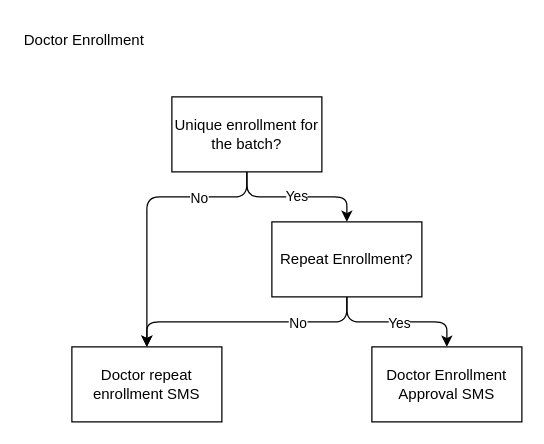
The draw.io diagram page "Decision Tree" (1 of 2) of Patient Programs/NS Pulse Care/Doctor Enrollment.dio in MedGrocer/diagrams, before the edit. Source tidied: cells renumbered, new cells numbered last; positions are measured from the earlier drawing's top-left corner, leaving out a move shared by most shapes. Both pictures are drawn from the tidied source at 125%, with x=0, y=0 at pixel (21, 21).
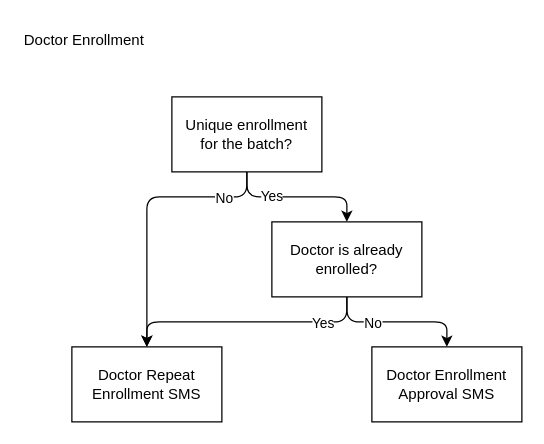
After the change.

Unchanged cells that the change refers to:
```xml
<mxCell id="3" style="edgeStyle=none;html=1;exitX=0.5;exitY=1;exitDx=0;exitDy=0;entryX=0.5;entryY=0;entryDx=0;entryDy=0;" parent="1" edge="1" source="6" target="7">
  <mxGeometry relative="1" as="geometry">
    <Array as="points">
      <mxPoint x="180" y="140" />
      <mxPoint x="100" y="140" />
    </Array>
  </mxGeometry>
</mxCell>
<mxCell id="8" style="edgeStyle=none;html=1;exitX=0.5;exitY=1;exitDx=0;exitDy=0;entryX=0.5;entryY=0;entryDx=0;entryDy=0;" parent="1" edge="1" source="12" target="13">
  <mxGeometry relative="1" as="geometry">
    <Array as="points">
      <mxPoint x="260" y="240" />
      <mxPoint x="340" y="240" />
    </Array>
  </mxGeometry>
</mxCell>
<mxCell id="10" style="edgeStyle=none;html=1;exitX=0.5;exitY=1;exitDx=0;exitDy=0;entryX=0.5;entryY=0;entryDx=0;entryDy=0;" parent="1" edge="1" source="12" target="7">
  <mxGeometry relative="1" as="geometry">
    <Array as="points">
      <mxPoint x="260" y="240" />
      <mxPoint x="100" y="240" />
    </Array>
  </mxGeometry>
</mxCell>
```

Diff of the diagram source:
```diff
@@
     <mxCell id="4" value="No" style="edgeLabel;html=1;align=center;verticalAlign=middle;" parent="3" vertex="1">
-      <mxGeometry x="-0.46" relative="1" as="geometry" />
+      <mxGeometry x="-0.46" relative="1" as="geometry">
+        <mxPoint x="20" as="offset" />
+      </mxGeometry>
     </mxCell>
     <mxCell id="5" value="Yes" style="edgeStyle=none;html=1;exitX=0.5;exitY=1;exitDx=0;exitDy=0;entryX=0.5;entryY=0;entryDx=0;entryDy=0;" parent="1" edge="1" source="6" target="12">
-      <mxGeometry relative="1" as="geometry">
+      <mxGeometry x="-0.33" relative="1" as="geometry">
         <Array as="points">
           <mxPoint x="180" y="140" />
           <mxPoint x="260" y="140" />
         </Array>
       </mxGeometry>
     </mxCell>
-    <mxCell id="6" value="&lt;font style=&quot;font-size: 12px;&quot;&gt;Unique enrollment for the batch?&lt;br&gt;&lt;/font&gt;" style="rounded=0;whiteSpace=wrap;html=1;fillColor=none;" parent="1" vertex="1">
+    <mxCell id="6" value="&lt;font style=&quot;font-size: 12px;&quot;&gt;Unique enrollment&lt;br&gt;for the batch?&lt;br&gt;&lt;/font&gt;" style="rounded=0;whiteSpace=wrap;html=1;fillColor=none;" parent="1" vertex="1">
       <mxGeometry x="120" y="60" width="120" height="60" as="geometry" />
     </mxCell>
-    <mxCell id="7" value="&lt;font style=&quot;font-size: 12px;&quot;&gt;Doctor repeat enrollment SMS&lt;br&gt;&lt;/font&gt;" style="rounded=0;whiteSpace=wrap;html=1;fillColor=none;" parent="1" vertex="1">
+    <mxCell id="7" value="&lt;font style=&quot;font-size: 12px;&quot;&gt;Doctor Repeat Enrollment SMS&lt;br&gt;&lt;/font&gt;" style="rounded=0;whiteSpace=wrap;html=1;fillColor=none;" parent="1" vertex="1">
       <mxGeometry x="40" y="260" width="120" height="60" as="geometry" />
     </mxCell>
@@
-    <mxCell id="9" value="Yes" style="edgeLabel;html=1;align=center;verticalAlign=middle;" parent="8" vertex="1">
-      <mxGeometry x="0.01" relative="1" as="geometry" />
+    <mxCell id="9" value="No" style="edgeLabel;html=1;align=center;verticalAlign=middle;" parent="8" vertex="1">
+      <mxGeometry x="0.01" relative="1" as="geometry">
+        <mxPoint x="-21" as="offset" />
+      </mxGeometry>
     </mxCell>
@@
-    <mxCell id="11" value="No" style="edgeLabel;html=1;align=center;verticalAlign=middle;" parent="10" vertex="1">
+    <mxCell id="11" value="Yes" style="edgeLabel;html=1;align=center;verticalAlign=middle;" parent="10" vertex="1">
       <mxGeometry x="-0.21" relative="1" as="geometry">
-        <mxPoint x="19" as="offset" />
+        <mxPoint x="39" as="offset" />
       </mxGeometry>
     </mxCell>
-    <mxCell id="12" value="&lt;font style=&quot;font-size: 12px;&quot;&gt;Repeat Enrollment?&lt;br&gt;&lt;/font&gt;" style="rounded=0;whiteSpace=wrap;html=1;fillColor=none;" parent="1" vertex="1">
+    <mxCell id="12" value="&lt;font style=&quot;font-size: 12px;&quot;&gt;Doctor is already enrolled?&lt;br&gt;&lt;/font&gt;" style="rounded=0;whiteSpace=wrap;html=1;fillColor=none;" parent="1" vertex="1">
       <mxGeometry x="200" y="160" width="120" height="60" as="geometry" />
     </mxCell>
```
